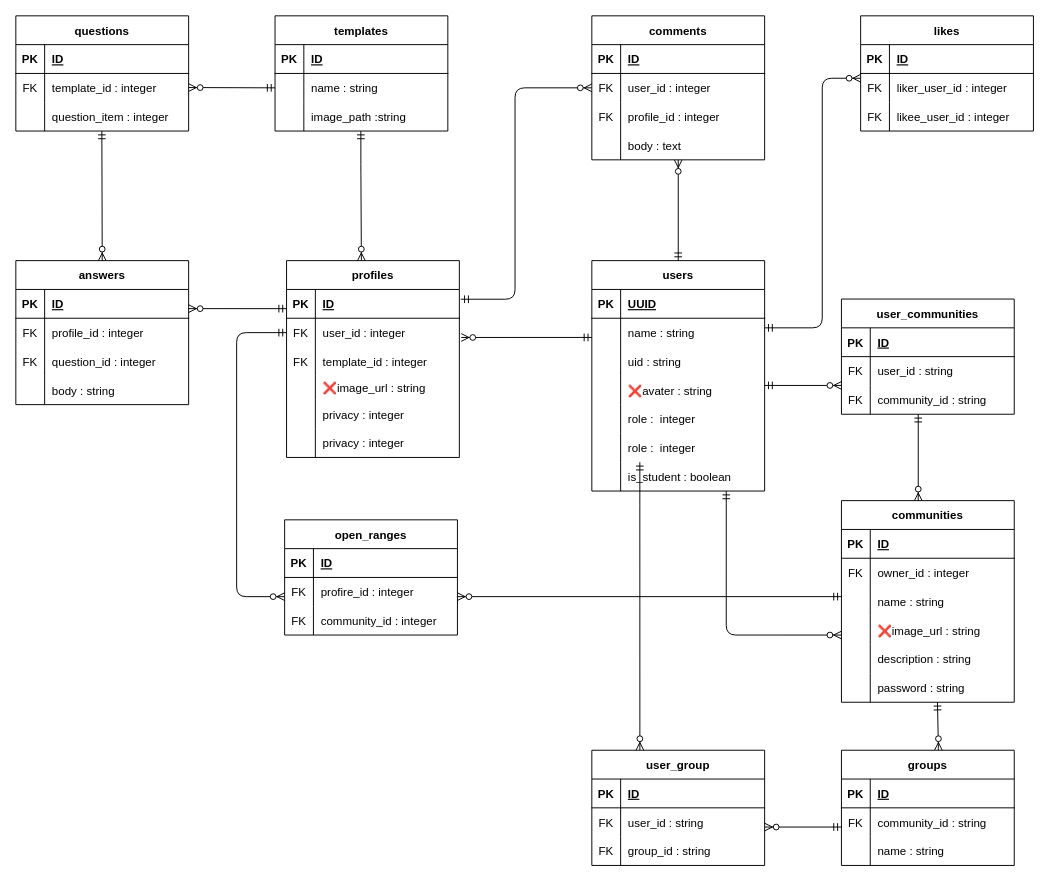
Earlier version of the draw.io diagram kadai/ER_ver2.drawio (mitsu30/Read_me_backend). Source tidied: cells renumbered, new cells numbered last; positions are measured from the earlier drawing's top-left corner, leaving out a move shared by most shapes. Both pictures are drawn from the tidied source at 96%, with x=0, y=0 at pixel (15, 15).
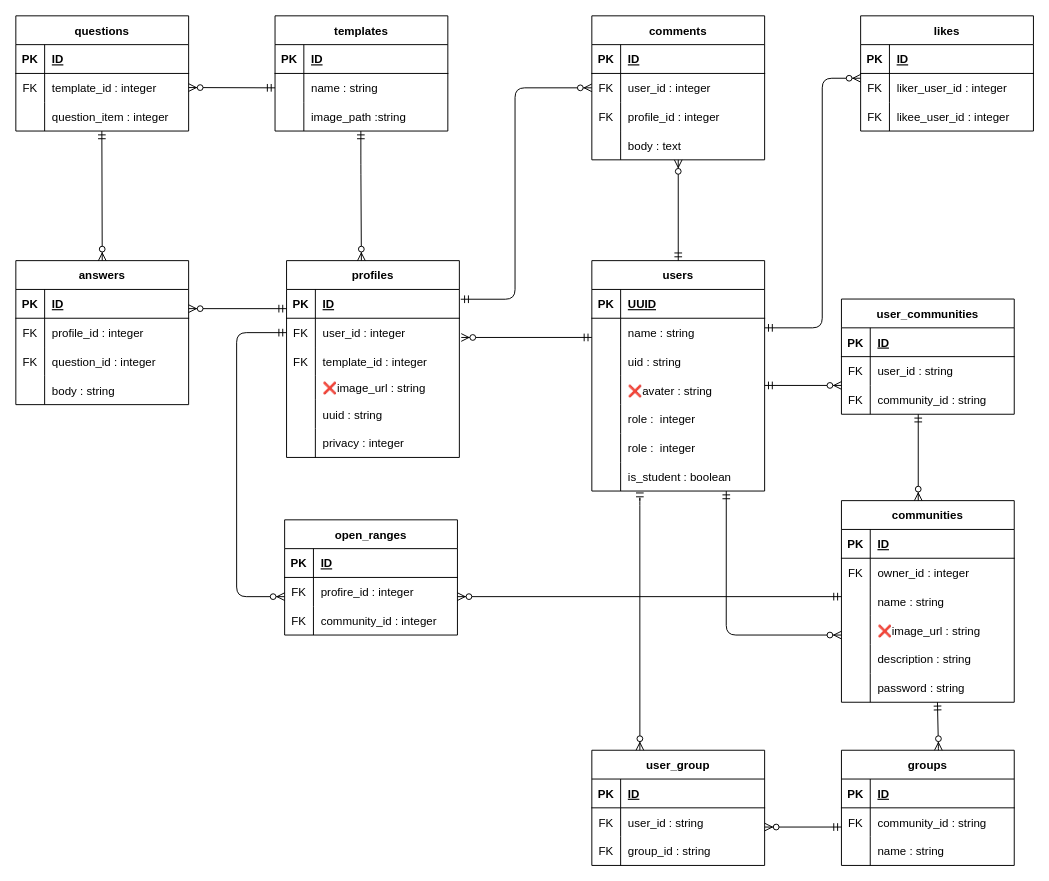
Above is the later version.

Commit message (it also covers changes not shown here):
追加 マイページに自分のプロフィール帳表示

Unchanged cells that the change refers to:
```xml
<mxCell id="37" style="shape=tableRow;horizontal=0;startSize=0;swimlaneHead=0;swimlaneBody=0;fillColor=none;top=0;left=0;right=0;bottom=0;" parent="24" vertex="1">
  <mxGeometry y="145" width="180" height="30" as="geometry" />
</mxCell>
<mxCell id="155" value="user_group" style="shape=table;startSize=30;childLayout=tableLayout;rowLines=0;fontStyle=1;align=center;" parent="1" vertex="1">
  <mxGeometry x="600" y="765" width="180" height="120" as="geometry" />
</mxCell>
```

Diff of the diagram source:
```diff
@@
-    <mxCell id="39" value="privacy : integer" style="shape=partialRectangle;fillColor=none;top=0;left=0;bottom=0;right=0;align=left;spacingLeft=6;overflow=hidden;" parent="37" vertex="1">
+    <mxCell id="39" value="uuid : string" style="shape=partialRectangle;fillColor=none;top=0;left=0;bottom=0;right=0;align=left;spacingLeft=6;overflow=hidden;" parent="37" vertex="1">
       <mxGeometry x="30" width="150" height="30" as="geometry" />
     </mxCell>
@@
-    <mxCell id="171" style="fontSize=12;html=1;endArrow=ERzeroToMany;startArrow=ERmandOne;exitX=0.5;exitY=0;exitDx=0;exitDy=0;entryX=0.278;entryY=0;entryDx=0;entryDy=0;entryPerimeter=0;" parent="1" edge="1" target="155">
+    <mxCell id="171" style="fontSize=12;html=1;endArrow=ERzeroToMany;startArrow=ERmandOne;entryX=0.278;entryY=0;entryDx=0;entryDy=0;entryPerimeter=0;" parent="1" edge="1" target="155">
       <mxGeometry relative="1" as="geometry">
-        <mxPoint x="650" y="465" as="sourcePoint" />
+        <mxPoint x="650" y="505" as="sourcePoint" />
         <Array as="points">
           <mxPoint x="650" y="500" />
         </Array>
       </mxGeometry>
     </mxCell>
```
